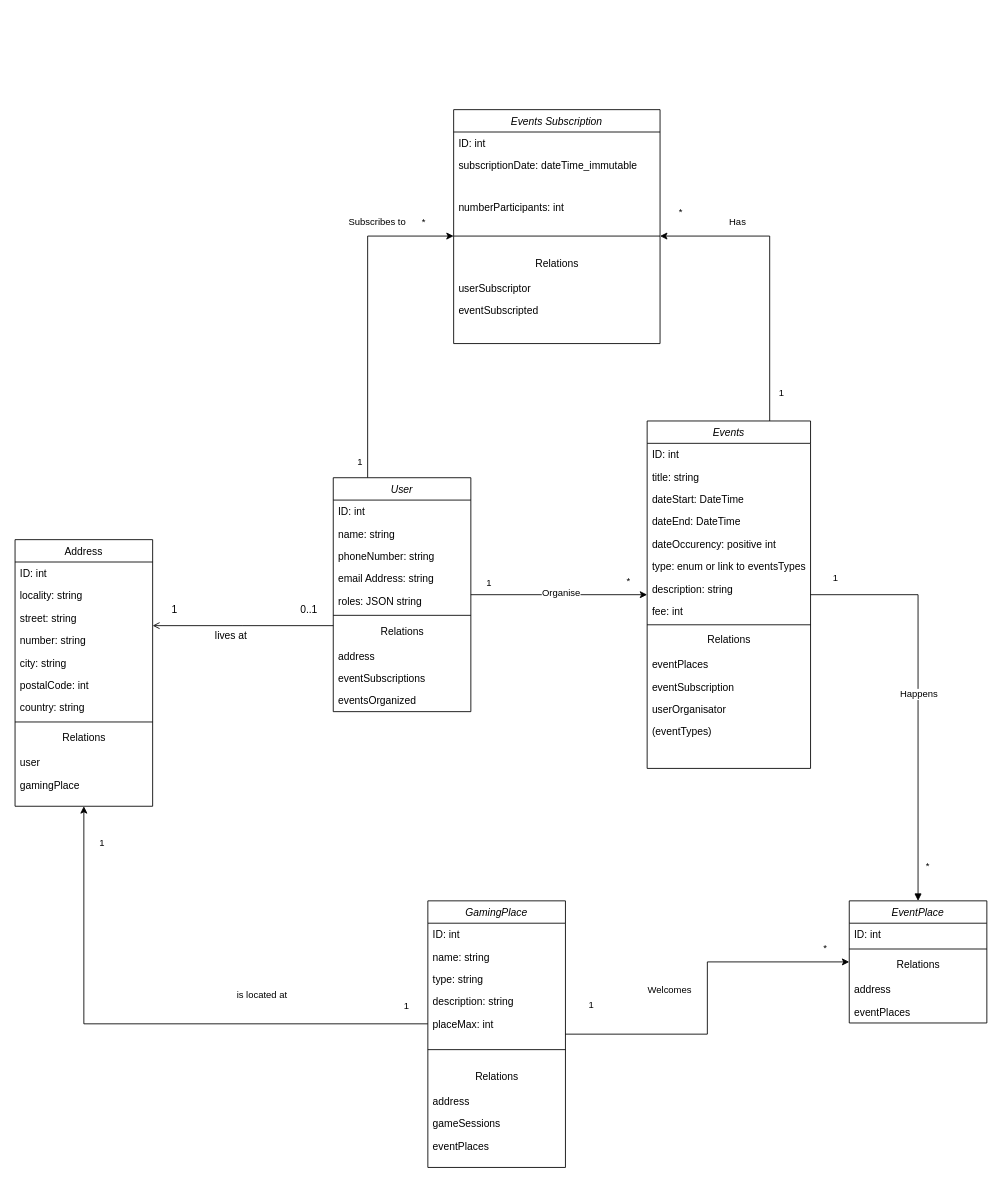
Before: doc/diagrammes/MVP1UML.drawio in Dj3ni/I3_ProjetSymphony, a draw.io diagram. Source tidied: cells renumbered, new cells numbered last; positions are measured from the earlier drawing's top-left corner, leaving out a move shared by most shapes. Both pictures are drawn from the tidied source at 86%, with x=0, y=0 at pixel (15, 109).
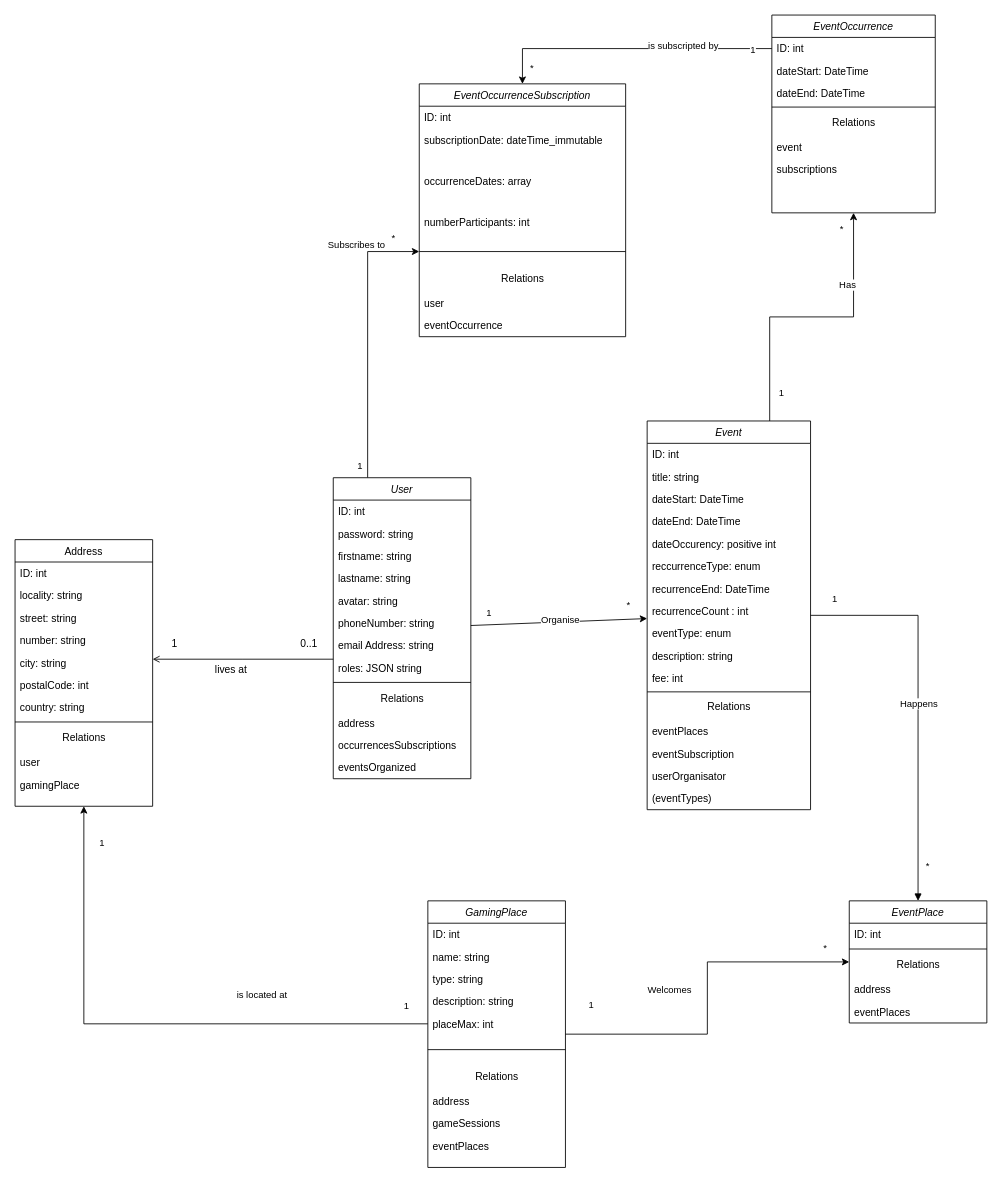
Above is the later version.

The edit, as a diff of the source:
```diff
@@
     <mxCell id="6" value="User" style="swimlane;fontStyle=2;align=center;verticalAlign=top;horizontal=1;startSize=26;rounded=0;shadow=0;strokeWidth=1;" parent="1" vertex="1">
-      <mxGeometry x="370" y="428" width="160" height="272" as="geometry" />
+      <mxGeometry x="370" y="428" width="160" height="350" as="geometry" />
     </mxCell>
@@
+    <mxCell id="93" value="password: string" style="text;align=left;verticalAlign=top;spacingLeft=4;spacingRight=4;overflow=hidden;" parent="6" vertex="1">
+      <mxGeometry y="52" width="160" height="26" as="geometry" />
+    </mxCell>
+    <mxCell id="94" value="firstname: string" style="text;align=left;verticalAlign=top;spacingLeft=4;spacingRight=4;overflow=hidden;" parent="6" vertex="1">
+      <mxGeometry y="78" width="160" height="26" as="geometry" />
+    </mxCell>
+    <mxCell id="95" value="lastname: string" style="text;align=left;verticalAlign=top;spacingLeft=4;spacingRight=4;overflow=hidden;" parent="6" vertex="1">
+      <mxGeometry y="104" width="160" height="26" as="geometry" />
+    </mxCell>
-    <mxCell id="8" value="name: string" style="text;align=left;verticalAlign=top;spacingLeft=4;spacingRight=4;overflow=hidden;" parent="6" vertex="1">
-      <mxGeometry y="52" width="160" height="26" as="geometry" />
+    <mxCell id="8" value="avatar: string" style="text;align=left;verticalAlign=top;spacingLeft=4;spacingRight=4;overflow=hidden;" parent="6" vertex="1">
+      <mxGeometry y="130" width="160" height="26" as="geometry" />
     </mxCell>
     <mxCell id="9" value="phoneNumber: string" style="text;align=left;verticalAlign=top;spacingLeft=4;spacingRight=4;overflow=hidden;rounded=0;shadow=0;html=0;" parent="6" vertex="1">
-      <mxGeometry y="78" width="160" height="26" as="geometry" />
+      <mxGeometry y="156" width="160" height="26" as="geometry" />
     </mxCell>
     <mxCell id="10" value="email Address: string" style="text;align=left;verticalAlign=top;spacingLeft=4;spacingRight=4;overflow=hidden;rounded=0;shadow=0;html=0;" parent="6" vertex="1">
-      <mxGeometry y="104" width="160" height="26" as="geometry" />
+      <mxGeometry y="182" width="160" height="26" as="geometry" />
     </mxCell>
     <mxCell id="11" value="roles: JSON string" style="text;align=left;verticalAlign=top;spacingLeft=4;spacingRight=4;overflow=hidden;rounded=0;shadow=0;html=0;" parent="6" vertex="1">
-      <mxGeometry y="130" width="160" height="26" as="geometry" />
+      <mxGeometry y="208" width="160" height="26" as="geometry" />
     </mxCell>
     <mxCell id="12" style="line;html=1;strokeWidth=1;align=left;verticalAlign=middle;spacingTop=-1;spacingLeft=3;spacingRight=3;labelPosition=right;" parent="6" vertex="1">
-      <mxGeometry y="156" width="160" height="8" as="geometry" />
+      <mxGeometry y="234" width="160" height="8" as="geometry" />
     </mxCell>
     <mxCell id="13" value="Relations" style="text;html=1;align=center;verticalAlign=middle;strokeColor=none;fillColor=none;" parent="6" vertex="1">
-      <mxGeometry y="164" width="160" height="30" as="geometry" />
+      <mxGeometry y="242" width="160" height="30" as="geometry" />
     </mxCell>
     <mxCell id="14" value="address" style="text;align=left;verticalAlign=top;spacingLeft=4;spacingRight=4;overflow=hidden;" parent="6" vertex="1">
-      <mxGeometry y="194" width="160" height="26" as="geometry" />
+      <mxGeometry y="272" width="160" height="26" as="geometry" />
     </mxCell>
-    <mxCell id="15" value="eventSubscriptions" style="text;align=left;verticalAlign=top;spacingLeft=4;spacingRight=4;overflow=hidden;" parent="6" vertex="1">
-      <mxGeometry y="220" width="160" height="26" as="geometry" />
+    <mxCell id="15" value="occurrencesSubscriptions" style="text;align=left;verticalAlign=top;spacingLeft=4;spacingRight=4;overflow=hidden;" parent="6" vertex="1">
+      <mxGeometry y="298" width="160" height="26" as="geometry" />
     </mxCell>
     <mxCell id="16" value="eventsOrganized" style="text;align=left;verticalAlign=top;spacingLeft=4;spacingRight=4;overflow=hidden;" parent="6" vertex="1">
-      <mxGeometry y="246" width="160" height="26" as="geometry" />
+      <mxGeometry y="324" width="160" height="26" as="geometry" />
     </mxCell>
@@
-    <mxCell id="33" style="edgeStyle=orthogonalEdgeStyle;rounded=0;jettySize=auto;html=1;exitX=0.75;exitY=0;exitDx=0;exitDy=0;" parent="1" edge="1" source="36" target="55">
+    <mxCell id="33" style="edgeStyle=orthogonalEdgeStyle;rounded=0;jettySize=auto;html=1;exitX=0.75;exitY=0;exitDx=0;exitDy=0;" parent="1" edge="1" source="36" target="101">
       <mxGeometry relative="1" as="geometry" />
     </mxCell>
@@
+    <mxCell id="96" value="*" style="edgeLabel;html=1;align=center;verticalAlign=middle;" parent="33" vertex="1">
+      <mxGeometry x="0.89" y="1" relative="1" as="geometry">
+        <mxPoint x="-14" as="offset" />
+      </mxGeometry>
+    </mxCell>
-    <mxCell id="36" value="Events" style="swimlane;fontStyle=2;align=center;verticalAlign=top;horizontal=1;startSize=26;rounded=0;shadow=0;strokeWidth=1;" parent="1" vertex="1">
-      <mxGeometry x="735" y="362" width="190" height="404" as="geometry" />
+    <mxCell id="36" value="Event" style="swimlane;fontStyle=2;align=center;verticalAlign=top;horizontal=1;startSize=26;rounded=0;shadow=0;strokeWidth=1;" parent="1" vertex="1">
+      <mxGeometry x="735" y="362" width="190" height="452" as="geometry" />
     </mxCell>
@@
+    <mxCell id="97" value="reccurrenceType: enum" style="text;align=left;verticalAlign=top;spacingLeft=4;spacingRight=4;overflow=hidden;" parent="36" vertex="1">
+      <mxGeometry y="156" width="190" height="26" as="geometry" />
+    </mxCell>
+    <mxCell id="98" value="recurrenceEnd: DateTime" style="text;align=left;verticalAlign=top;spacingLeft=4;spacingRight=4;overflow=hidden;" parent="36" vertex="1">
+      <mxGeometry y="182" width="190" height="26" as="geometry" />
+    </mxCell>
+    <mxCell id="99" value="recurrenceCount : int" style="text;align=left;verticalAlign=top;spacingLeft=4;spacingRight=4;overflow=hidden;" parent="36" vertex="1">
+      <mxGeometry y="208" width="190" height="26" as="geometry" />
+    </mxCell>
-    <mxCell id="42" value="type: enum or link to eventsTypes" style="text;align=left;verticalAlign=top;spacingLeft=4;spacingRight=4;overflow=hidden;" parent="36" vertex="1">
-      <mxGeometry y="156" width="190" height="26" as="geometry" />
+    <mxCell id="42" value="eventType: enum" style="text;align=left;verticalAlign=top;spacingLeft=4;spacingRight=4;overflow=hidden;" parent="36" vertex="1">
+      <mxGeometry y="234" width="190" height="26" as="geometry" />
     </mxCell>
     <mxCell id="43" value="description: string" style="text;align=left;verticalAlign=top;spacingLeft=4;spacingRight=4;overflow=hidden;" parent="36" vertex="1">
-      <mxGeometry y="182" width="190" height="26" as="geometry" />
+      <mxGeometry y="260" width="190" height="26" as="geometry" />
     </mxCell>
     <mxCell id="44" value="fee: int" style="text;align=left;verticalAlign=top;spacingLeft=4;spacingRight=4;overflow=hidden;" parent="36" vertex="1">
-      <mxGeometry y="208" width="190" height="26" as="geometry" />
+      <mxGeometry y="286" width="190" height="26" as="geometry" />
     </mxCell>
     <mxCell id="45" style="line;html=1;strokeWidth=1;align=left;verticalAlign=middle;spacingTop=-1;spacingLeft=3;spacingRight=3;labelPosition=right;" parent="36" vertex="1">
-      <mxGeometry y="234" width="190" height="6" as="geometry" />
+      <mxGeometry y="312" width="190" height="6" as="geometry" />
     </mxCell>
     <mxCell id="46" value="Relations" style="text;html=1;align=center;verticalAlign=middle;strokeColor=none;fillColor=none;" parent="36" vertex="1">
-      <mxGeometry y="240" width="190" height="30" as="geometry" />
+      <mxGeometry y="318" width="190" height="30" as="geometry" />
     </mxCell>
     <mxCell id="47" value="eventPlaces" style="text;align=left;verticalAlign=top;spacingLeft=4;spacingRight=4;overflow=hidden;" parent="36" vertex="1">
-      <mxGeometry y="270" width="190" height="26" as="geometry" />
+      <mxGeometry y="348" width="190" height="26" as="geometry" />
     </mxCell>
     <mxCell id="48" value="eventSubscription" style="text;align=left;verticalAlign=top;spacingLeft=4;spacingRight=4;overflow=hidden;" parent="36" vertex="1">
-      <mxGeometry y="296" width="190" height="26" as="geometry" />
+      <mxGeometry y="374" width="190" height="26" as="geometry" />
     </mxCell>
     <mxCell id="49" value="userOrganisator" style="text;align=left;verticalAlign=top;spacingLeft=4;spacingRight=4;overflow=hidden;" parent="36" vertex="1">
-      <mxGeometry y="322" width="190" height="26" as="geometry" />
+      <mxGeometry y="400" width="190" height="26" as="geometry" />
     </mxCell>
     <mxCell id="50" value="(eventTypes)" style="text;align=left;verticalAlign=top;spacingLeft=4;spacingRight=4;overflow=hidden;" parent="36" vertex="1">
-      <mxGeometry y="348" width="190" height="26" as="geometry" />
+      <mxGeometry y="426" width="190" height="26" as="geometry" />
     </mxCell>
-    <mxCell id="51" value="Events Subscription" style="swimlane;fontStyle=2;align=center;verticalAlign=top;horizontal=1;startSize=26;rounded=0;shadow=0;strokeWidth=1;" parent="1" vertex="1">
-      <mxGeometry x="510" width="240" height="272" as="geometry" />
+    <mxCell id="51" value="EventOccurrenceSubscription" style="swimlane;fontStyle=2;align=center;verticalAlign=top;horizontal=1;startSize=26;rounded=0;shadow=0;strokeWidth=1;" parent="1" vertex="1">
+      <mxGeometry x="470" y="-30" width="240" height="294" as="geometry" />
     </mxCell>
@@
+    <mxCell id="100" value="occurrenceDates: array" style="text;align=left;verticalAlign=top;spacingLeft=4;spacingRight=4;overflow=hidden;" parent="51" vertex="1">
+      <mxGeometry y="100" width="240" height="48" as="geometry" />
+    </mxCell>
     <mxCell id="54" value="numberParticipants: int" style="text;align=left;verticalAlign=top;spacingLeft=4;spacingRight=4;overflow=hidden;" parent="51" vertex="1">
-      <mxGeometry y="100" width="240" height="30" as="geometry" />
+      <mxGeometry y="148" width="240" height="30" as="geometry" />
     </mxCell>
     <mxCell id="55" style="line;html=1;strokeWidth=1;align=left;verticalAlign=middle;spacingTop=-1;spacingLeft=3;spacingRight=3;labelPosition=right;points=[];portConstraint=eastwest;" parent="51" vertex="1">
-      <mxGeometry y="130" width="240" height="34" as="geometry" />
+      <mxGeometry y="178" width="240" height="34" as="geometry" />
     </mxCell>
     <mxCell id="56" value="Relations" style="text;html=1;align=center;verticalAlign=middle;strokeColor=none;fillColor=none;" parent="51" vertex="1">
-      <mxGeometry y="164" width="240" height="30" as="geometry" />
+      <mxGeometry y="212" width="240" height="30" as="geometry" />
     </mxCell>
-    <mxCell id="57" value="userSubscriptor" style="text;align=left;verticalAlign=top;spacingLeft=4;spacingRight=4;overflow=hidden;" parent="51" vertex="1">
-      <mxGeometry y="194" width="240" height="26" as="geometry" />
+    <mxCell id="57" value="user" style="text;align=left;verticalAlign=top;spacingLeft=4;spacingRight=4;overflow=hidden;" parent="51" vertex="1">
+      <mxGeometry y="242" width="240" height="26" as="geometry" />
     </mxCell>
-    <mxCell id="58" value="eventSubscripted" style="text;align=left;verticalAlign=top;spacingLeft=4;spacingRight=4;overflow=hidden;" parent="51" vertex="1">
-      <mxGeometry y="220" width="240" height="26" as="geometry" />
+    <mxCell id="58" value="eventOccurrence" style="text;align=left;verticalAlign=top;spacingLeft=4;spacingRight=4;overflow=hidden;" parent="51" vertex="1">
+      <mxGeometry y="268" width="240" height="26" as="geometry" />
     </mxCell>
-    <mxCell id="59" value="*" style="edgeLabel;html=1;align=center;verticalAlign=middle;" parent="1" vertex="1">
-      <mxGeometry x="830" y="170" as="geometry">
-        <mxPoint x="-57" y="-52" as="offset" />
-      </mxGeometry>
-    </mxCell>
@@
+    <mxCell id="101" value="EventOccurrence" style="swimlane;fontStyle=2;align=center;verticalAlign=top;horizontal=1;startSize=26;rounded=0;shadow=0;strokeWidth=1;" parent="1" vertex="1">
+      <mxGeometry x="880" y="-110" width="190" height="230" as="geometry" />
+    </mxCell>
+    <mxCell id="102" value="ID: int" style="text;align=left;verticalAlign=top;spacingLeft=4;spacingRight=4;overflow=hidden;points=[[0,0.5],[1,0.5]];portConstraint=eastwest;" parent="101" vertex="1">
+      <mxGeometry y="26" width="190" height="26" as="geometry" />
+    </mxCell>
+    <mxCell id="103" value="dateStart: DateTime" style="text;align=left;verticalAlign=top;spacingLeft=4;spacingRight=4;overflow=hidden;" parent="101" vertex="1">
+      <mxGeometry y="52" width="190" height="26" as="geometry" />
+    </mxCell>
+    <mxCell id="104" value="dateEnd: DateTime" style="text;align=left;verticalAlign=top;spacingLeft=4;spacingRight=4;overflow=hidden;" parent="101" vertex="1">
+      <mxGeometry y="78" width="190" height="26" as="geometry" />
+    </mxCell>
+    <mxCell id="105" style="line;html=1;strokeWidth=1;align=left;verticalAlign=middle;spacingTop=-1;spacingLeft=3;spacingRight=3;labelPosition=right;" parent="101" vertex="1">
+      <mxGeometry y="104" width="190" height="6" as="geometry" />
+    </mxCell>
+    <mxCell id="106" value="Relations" style="text;html=1;align=center;verticalAlign=middle;strokeColor=none;fillColor=none;" parent="101" vertex="1">
+      <mxGeometry y="110" width="190" height="30" as="geometry" />
+    </mxCell>
+    <mxCell id="107" value="event" style="text;align=left;verticalAlign=top;spacingLeft=4;spacingRight=4;overflow=hidden;" parent="101" vertex="1">
+      <mxGeometry y="140" width="190" height="26" as="geometry" />
+    </mxCell>
+    <mxCell id="108" value="subscriptions" style="text;align=left;verticalAlign=top;spacingLeft=4;spacingRight=4;overflow=hidden;" parent="101" vertex="1">
+      <mxGeometry y="166" width="190" height="26" as="geometry" />
+    </mxCell>
+    <mxCell id="109" style="edgeStyle=orthogonalEdgeStyle;rounded=0;jettySize=auto;html=1;exitX=0;exitY=0.5;exitDx=0;exitDy=0;" parent="1" edge="1" source="102" target="51">
+      <mxGeometry relative="1" as="geometry" />
+    </mxCell>
+    <mxCell id="110" value="is subscripted by" style="edgeLabel;html=1;align=center;verticalAlign=middle;" parent="109" vertex="1">
+      <mxGeometry x="-0.37" y="-4" relative="1" as="geometry" />
+    </mxCell>
+    <mxCell id="111" value="1" style="edgeLabel;html=1;align=center;verticalAlign=middle;" parent="109" vertex="1">
+      <mxGeometry x="-0.86" y="1" relative="1" as="geometry" />
+    </mxCell>
+    <mxCell id="112" value="*" style="edgeLabel;html=1;align=center;verticalAlign=middle;" parent="109" vertex="1">
+      <mxGeometry x="0.81" relative="1" as="geometry">
+        <mxPoint x="10" y="11" as="offset" />
+      </mxGeometry>
+    </mxCell>
```
